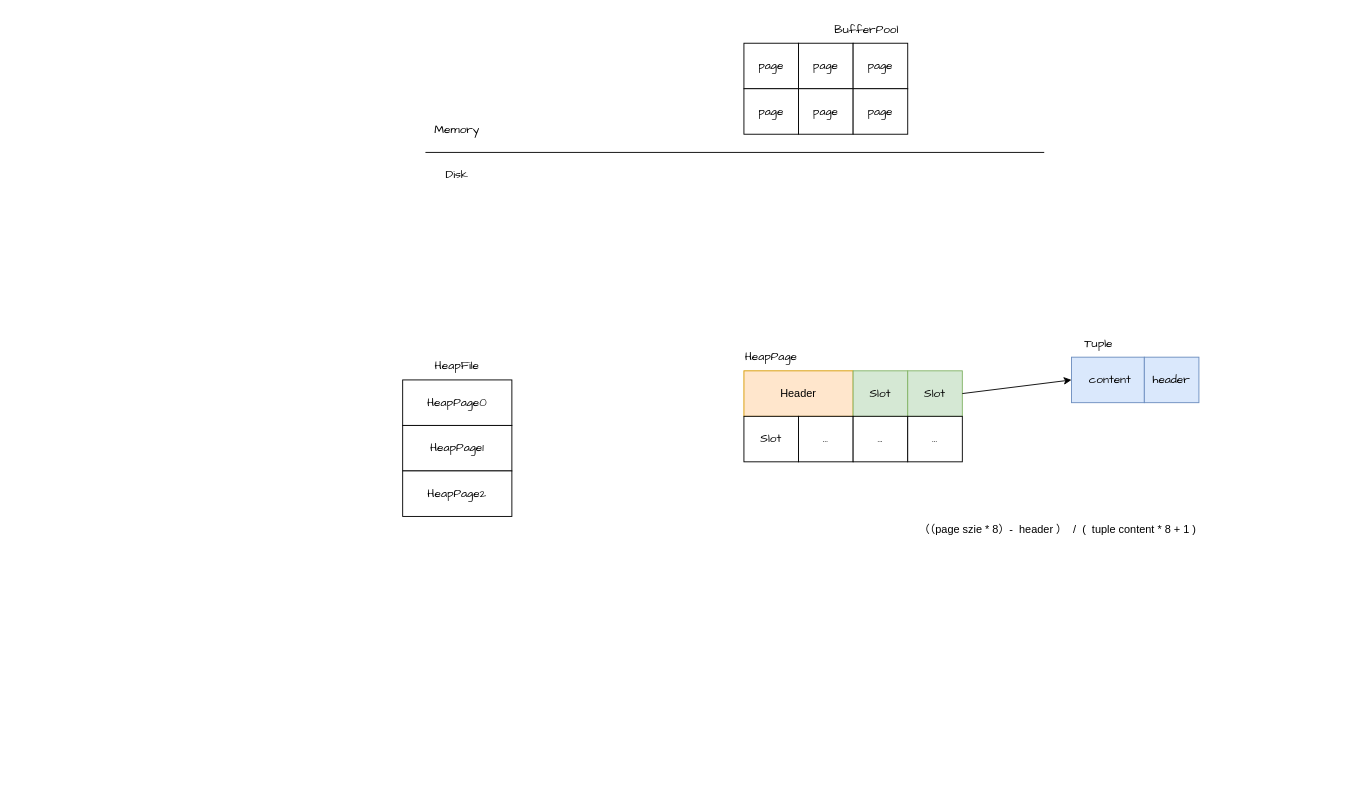
Earlier version of the draw.io diagram page "第 2 页" (2 of 3) of Drawio/SimpleDB.drawio (xinzhuxiansheng/blog-notes). Source tidied: cells renumbered, new cells numbered last; positions are measured from the earlier drawing's top-left corner, leaving out a move shared by most shapes. Both pictures are drawn from the tidied source at 91%, with x=0, y=0 at pixel (402, 15).
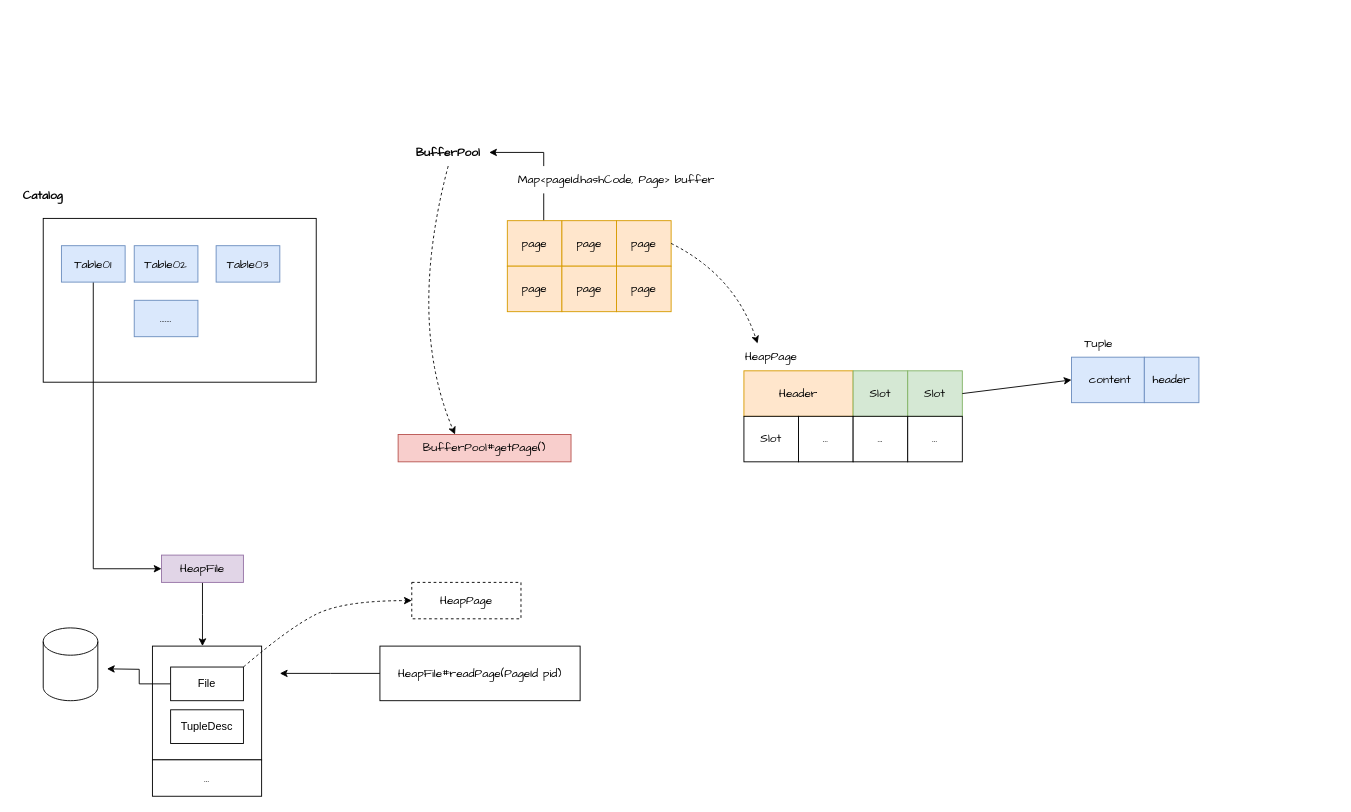
The same page after the edit.

The change refers to these unchanged cells:
```xml
<mxCell id="18" value="Slot" style="rounded=0;whiteSpace=wrap;html=1;fontFamily=Comic Sans MS;fontSize=13;fillColor=#d5e8d4;strokeColor=#82b366;" parent="1" vertex="1">
  <mxGeometry x="555" y="390" width="60" height="50" as="geometry" />
</mxCell>
<mxCell id="23" value="HeapPage" style="text;html=1;strokeColor=none;fillColor=none;align=center;verticalAlign=middle;whiteSpace=wrap;rounded=0;fontFamily=Comic Sans MS;fontSize=13;" parent="1" vertex="1">
  <mxGeometry x="375" y="360" width="60" height="30" as="geometry" />
</mxCell>
<mxCell id="24" value="&amp;nbsp;content" style="rounded=0;whiteSpace=wrap;html=1;fontFamily=Comic Sans MS;fontSize=13;fillColor=#dae8fc;strokeColor=#6c8ebf;" parent="1" vertex="1">
  <mxGeometry x="735" y="375" width="80" height="50" as="geometry" />
</mxCell>
```

Diff of the diagram source:
```diff
@@
+    <mxCell id="12" style="rounded=0;whiteSpace=wrap;html=1;fontFamily=Comic Sans MS;fontSize=13;" parent="1" vertex="1">
+      <mxGeometry x="-275" y="692.5" width="120" height="125" as="geometry" />
+    </mxCell>
+    <mxCell id="29" style="edgeStyle=orthogonalEdgeStyle;rounded=0;jettySize=auto;html=1;entryX=1;entryY=0.5;entryDx=0;entryDy=0;fontFamily=Comic Sans MS;fontSize=13;" parent="1" edge="1" source="2" target="8">
+      <mxGeometry relative="1" as="geometry">
+        <Array as="points">
+          <mxPoint x="155" y="150" />
+        </Array>
+      </mxGeometry>
+    </mxCell>
-    <mxCell id="2" value="page" style="rounded=0;whiteSpace=wrap;html=1;fontFamily=Comic Sans MS;fontSize=13;" parent="1" vertex="1">
-      <mxGeometry x="375" y="30" width="60" height="50" as="geometry" />
+    <mxCell id="2" value="page" style="rounded=0;whiteSpace=wrap;html=1;fontFamily=Comic Sans MS;fontSize=13;fillColor=#ffe6cc;strokeColor=#d79b00;" parent="1" vertex="1">
+      <mxGeometry x="115" y="225" width="60" height="50" as="geometry" />
     </mxCell>
-    <mxCell id="3" value="page" style="rounded=0;whiteSpace=wrap;html=1;fontFamily=Comic Sans MS;fontSize=13;" parent="1" vertex="1">
-      <mxGeometry x="435" y="30" width="60" height="50" as="geometry" />
+    <mxCell id="3" value="page" style="rounded=0;whiteSpace=wrap;html=1;fontFamily=Comic Sans MS;fontSize=13;fillColor=#ffe6cc;strokeColor=#d79b00;" parent="1" vertex="1">
+      <mxGeometry x="175" y="225" width="60" height="50" as="geometry" />
     </mxCell>
-    <mxCell id="4" value="page" style="rounded=0;whiteSpace=wrap;html=1;fontFamily=Comic Sans MS;fontSize=13;" parent="1" vertex="1">
-      <mxGeometry x="495" y="30" width="60" height="50" as="geometry" />
+    <mxCell id="4" value="page" style="rounded=0;whiteSpace=wrap;html=1;fontFamily=Comic Sans MS;fontSize=13;fillColor=#ffe6cc;strokeColor=#d79b00;" parent="1" vertex="1">
+      <mxGeometry x="235" y="225" width="60" height="50" as="geometry" />
     </mxCell>
-    <mxCell id="5" value="page" style="rounded=0;whiteSpace=wrap;html=1;fontFamily=Comic Sans MS;fontSize=13;" parent="1" vertex="1">
-      <mxGeometry x="375" y="80" width="60" height="50" as="geometry" />
+    <mxCell id="5" value="page" style="rounded=0;whiteSpace=wrap;html=1;fontFamily=Comic Sans MS;fontSize=13;fillColor=#ffe6cc;strokeColor=#d79b00;" parent="1" vertex="1">
+      <mxGeometry x="115" y="275" width="60" height="50" as="geometry" />
     </mxCell>
-    <mxCell id="6" value="page" style="rounded=0;whiteSpace=wrap;html=1;fontFamily=Comic Sans MS;fontSize=13;" parent="1" vertex="1">
-      <mxGeometry x="435" y="80" width="60" height="50" as="geometry" />
+    <mxCell id="6" value="page" style="rounded=0;whiteSpace=wrap;html=1;fontFamily=Comic Sans MS;fontSize=13;fillColor=#ffe6cc;strokeColor=#d79b00;" parent="1" vertex="1">
+      <mxGeometry x="175" y="275" width="60" height="50" as="geometry" />
     </mxCell>
-    <mxCell id="7" value="page" style="rounded=0;whiteSpace=wrap;html=1;fontFamily=Comic Sans MS;fontSize=13;" parent="1" vertex="1">
-      <mxGeometry x="495" y="80" width="60" height="50" as="geometry" />
+    <mxCell id="7" value="page" style="rounded=0;whiteSpace=wrap;html=1;fontFamily=Comic Sans MS;fontSize=13;fillColor=#ffe6cc;strokeColor=#d79b00;" parent="1" vertex="1">
+      <mxGeometry x="235" y="275" width="60" height="50" as="geometry" />
     </mxCell>
-    <mxCell id="8" value="BufferPool" style="text;html=1;strokeColor=none;fillColor=none;align=center;verticalAlign=middle;whiteSpace=wrap;rounded=0;fontFamily=Comic Sans MS;fontSize=13;" parent="1" vertex="1">
-      <mxGeometry x="465" width="90" height="30" as="geometry" />
+    <mxCell id="8" value="BufferPool" style="text;html=1;strokeColor=none;fillColor=none;align=center;verticalAlign=middle;whiteSpace=wrap;rounded=0;fontFamily=Comic Sans MS;fontSize=13;fontStyle=1;" parent="1" vertex="1">
+      <mxGeometry x="5" y="135" width="90" height="30" as="geometry" />
     </mxCell>
-    <mxCell id="9" style="endArrow=none;html=1;rounded=0;fontFamily=Comic Sans MS;fontSize=13;" parent="1" edge="1">
-      <mxGeometry relative="1" as="geometry">
-        <mxPoint x="25" y="150" as="sourcePoint" />
-        <mxPoint x="705" y="150" as="targetPoint" />
-      </mxGeometry>
-    </mxCell>
-    <mxCell id="10" value="Memory" style="text;html=1;strokeColor=none;fillColor=none;align=center;verticalAlign=middle;whiteSpace=wrap;rounded=0;fontFamily=Comic Sans MS;fontSize=13;" parent="1" vertex="1">
-      <mxGeometry x="5" y="100" width="110" height="50" as="geometry" />
-    </mxCell>
-    <mxCell id="11" value="Disk" style="text;html=1;strokeColor=none;fillColor=none;align=center;verticalAlign=middle;whiteSpace=wrap;rounded=0;fontFamily=Comic Sans MS;fontSize=13;" parent="1" vertex="1">
-      <mxGeometry x="5" y="150" width="110" height="50" as="geometry" />
-    </mxCell>
-    <mxCell id="12" value="HeapPage0" style="rounded=0;whiteSpace=wrap;html=1;fontFamily=Comic Sans MS;fontSize=13;" parent="1" vertex="1">
-      <mxGeometry y="400" width="120" height="50" as="geometry" />
-    </mxCell>
-    <mxCell id="13" value="HeapPage1" style="rounded=0;whiteSpace=wrap;html=1;fontFamily=Comic Sans MS;fontSize=13;" parent="1" vertex="1">
-      <mxGeometry y="450" width="120" height="50" as="geometry" />
-    </mxCell>
-    <mxCell id="14" value="HeapPage2" style="rounded=0;whiteSpace=wrap;html=1;fontFamily=Comic Sans MS;fontSize=13;" parent="1" vertex="1">
-      <mxGeometry y="500" width="120" height="50" as="geometry" />
-    </mxCell>
+    <mxCell id="30" style="edgeStyle=orthogonalEdgeStyle;rounded=0;jettySize=auto;html=1;fontFamily=Comic Sans MS;fontSize=13;exitX=0;exitY=0.5;exitDx=0;exitDy=0;" parent="1" edge="1" source="49">
+      <mxGeometry relative="1" as="geometry">
+        <mxPoint x="-325" y="717.5" as="targetPoint" />
+      </mxGeometry>
+    </mxCell>
+    <mxCell id="31" style="edgeStyle=orthogonalEdgeStyle;rounded=0;jettySize=auto;html=1;" parent="1" edge="1" source="15">
+      <mxGeometry relative="1" as="geometry">
+        <mxPoint x="-220" y="692.5" as="targetPoint" />
+      </mxGeometry>
+    </mxCell>
-    <mxCell id="15" value="HeapFile" style="text;html=1;strokeColor=none;fillColor=none;align=center;verticalAlign=middle;whiteSpace=wrap;rounded=0;fontFamily=Comic Sans MS;fontSize=13;" parent="1" vertex="1">
-      <mxGeometry x="30" y="370" width="60" height="30" as="geometry" />
+    <mxCell id="15" value="HeapFile" style="text;html=1;strokeColor=#9673a6;fillColor=#e1d5e7;align=center;verticalAlign=middle;whiteSpace=wrap;rounded=0;fontFamily=Comic Sans MS;fontSize=13;" parent="1" vertex="1">
+      <mxGeometry x="-265" y="592.5" width="90" height="30" as="geometry" />
     </mxCell>
-    <mxCell id="16" value="Header" style="rounded=0;whiteSpace=wrap;html=1;fillColor=#ffe6cc;strokeColor=#d79b00;" parent="1" vertex="1">
+    <mxCell id="16" value="Header" style="rounded=0;whiteSpace=wrap;html=1;fillColor=#ffe6cc;strokeColor=#d79b00;fontFamily=Comic Sans MS;fontSize=13;" parent="1" vertex="1">
       <mxGeometry x="375" y="390" width="120" height="50" as="geometry" />
     </mxCell>
@@
-    <mxCell id="27" style="endArrow=classic;html=1;rounded=0;entryX=0;entryY=0.5;entryDx=0;entryDy=0;exitX=1;exitY=0.5;exitDx=0;exitDy=0;" parent="1" edge="1" source="18" target="24">
+    <mxCell id="27" style="endArrow=classic;html=1;rounded=0;entryX=0;entryY=0.5;entryDx=0;entryDy=0;exitX=1;exitY=0.5;exitDx=0;exitDy=0;fontFamily=Comic Sans MS;fontSize=13;" parent="1" edge="1" source="18" target="24">
       <mxGeometry relative="1" as="geometry" />
     </mxCell>
-    <mxCell id="28" value="（（page szie * 8）-&amp;nbsp; header&amp;nbsp;）&amp;nbsp; /&amp;nbsp; (&amp;nbsp; tuple content * 8 + 1 )" style="text;html=1;strokeColor=none;fillColor=none;align=center;verticalAlign=middle;whiteSpace=wrap;rounded=0;" parent="1" vertex="1">
-      <mxGeometry x="415" y="550" width="610" height="30" as="geometry" />
-    </mxCell>
+    <mxCell id="32" value="..." style="rounded=0;whiteSpace=wrap;html=1;fontFamily=Comic Sans MS;fontSize=13;" parent="1" vertex="1">
+      <mxGeometry x="-275" y="817.5" width="120" height="40" as="geometry" />
+    </mxCell>
+    <mxCell id="33" value="Map&amp;lt;pageId.hashCode, Page&amp;gt; buffer" style="text;html=1;strokeColor=none;fillColor=default;align=center;verticalAlign=middle;whiteSpace=wrap;rounded=0;fontFamily=Comic Sans MS;fontSize=13;" parent="1" vertex="1">
+      <mxGeometry x="105" y="165" width="260" height="30" as="geometry" />
+    </mxCell>
+    <mxCell id="34" value="BufferPool#getPage()" style="text;html=1;strokeColor=#b85450;fillColor=#f8cecc;align=center;verticalAlign=middle;whiteSpace=wrap;rounded=0;fontFamily=Comic Sans MS;fontSize=13;" parent="1" vertex="1">
+      <mxGeometry x="-5" y="460" width="190" height="30" as="geometry" />
+    </mxCell>
+    <mxCell id="35" style="curved=1;endArrow=classic;html=1;rounded=0;exitX=0.5;exitY=1;exitDx=0;exitDy=0;entryX=0.329;entryY=0;entryDx=0;entryDy=0;entryPerimeter=0;dashed=1;fontFamily=Comic Sans MS;fontSize=13;" parent="1" edge="1" source="8" target="34">
+      <mxGeometry relative="1" as="geometry">
+        <Array as="points">
+          <mxPoint x="5" y="335" />
+        </Array>
+      </mxGeometry>
+    </mxCell>
+    <mxCell id="36" style="curved=1;endArrow=classic;html=1;rounded=0;exitX=1;exitY=0.5;exitDx=0;exitDy=0;entryX=0.25;entryY=0;entryDx=0;entryDy=0;dashed=1;fontFamily=Comic Sans MS;fontSize=13;" parent="1" edge="1" source="4" target="23">
+      <mxGeometry relative="1" as="geometry">
+        <Array as="points">
+          <mxPoint x="365" y="285" />
+        </Array>
+      </mxGeometry>
+    </mxCell>
+    <mxCell id="37" style="shape=cylinder3;whiteSpace=wrap;html=1;boundedLbl=1;backgroundOutline=1;size=15;fontFamily=Comic Sans MS;fontSize=13;" parent="1" vertex="1">
+      <mxGeometry x="-395" y="672.5" width="60" height="80" as="geometry" />
+    </mxCell>
+    <mxCell id="38" style="edgeStyle=orthogonalEdgeStyle;rounded=0;jettySize=auto;html=1;fontFamily=Comic Sans MS;fontSize=13;" parent="1" edge="1" source="39">
+      <mxGeometry relative="1" as="geometry">
+        <mxPoint x="-135" y="722.5" as="targetPoint" />
+      </mxGeometry>
+    </mxCell>
+    <mxCell id="39" value="HeapFile#readPage(PageId pid)" style="rounded=0;whiteSpace=wrap;html=1;fontFamily=Comic Sans MS;fontSize=13;" parent="1" vertex="1">
+      <mxGeometry x="-25" y="692.5" width="220" height="60" as="geometry" />
+    </mxCell>
+    <mxCell id="40" value="HeapPage" style="rounded=0;whiteSpace=wrap;html=1;dashed=1;fontFamily=Comic Sans MS;fontSize=13;" parent="1" vertex="1">
+      <mxGeometry x="10" y="622.5" width="120" height="40" as="geometry" />
+    </mxCell>
+    <mxCell id="41" style="curved=1;endArrow=classic;html=1;rounded=0;exitX=1;exitY=0;exitDx=0;exitDy=0;entryX=0;entryY=0.5;entryDx=0;entryDy=0;dashed=1;fontFamily=Comic Sans MS;fontSize=13;" parent="1" edge="1" source="49" target="40">
+      <mxGeometry relative="1" as="geometry">
+        <Array as="points">
+          <mxPoint x="-125" y="672.5" />
+          <mxPoint x="-65" y="642.5" />
+        </Array>
+      </mxGeometry>
+    </mxCell>
+    <mxCell id="42" style="rounded=0;whiteSpace=wrap;html=1;fillColor=none;fontFamily=Comic Sans MS;fontSize=13;" parent="1" vertex="1">
+      <mxGeometry x="-395" y="222.5" width="300" height="180" as="geometry" />
+    </mxCell>
+    <mxCell id="43" value="Catalog" style="text;html=1;strokeColor=none;fillColor=none;align=center;verticalAlign=middle;whiteSpace=wrap;rounded=0;fontFamily=Comic Sans MS;fontSize=13;fontStyle=1;" parent="1" vertex="1">
+      <mxGeometry x="-425" y="182.5" width="60" height="30" as="geometry" />
+    </mxCell>
+    <mxCell id="44" style="edgeStyle=orthogonalEdgeStyle;rounded=0;jettySize=auto;html=1;fontFamily=Comic Sans MS;fontSize=13;" parent="1" edge="1" source="45" target="15">
+      <mxGeometry relative="1" as="geometry">
+        <Array as="points">
+          <mxPoint x="-340" y="607.5" />
+        </Array>
+      </mxGeometry>
+    </mxCell>
+    <mxCell id="45" value="Table01" style="rounded=0;whiteSpace=wrap;html=1;fillColor=#dae8fc;strokeColor=#6c8ebf;fontFamily=Comic Sans MS;fontSize=13;" parent="1" vertex="1">
+      <mxGeometry x="-375" y="252.5" width="70" height="40" as="geometry" />
+    </mxCell>
+    <mxCell id="46" value="Table02" style="rounded=0;whiteSpace=wrap;html=1;fillColor=#dae8fc;strokeColor=#6c8ebf;fontFamily=Comic Sans MS;fontSize=13;" parent="1" vertex="1">
+      <mxGeometry x="-295" y="252.5" width="70" height="40" as="geometry" />
+    </mxCell>
+    <mxCell id="47" value="Table03" style="rounded=0;whiteSpace=wrap;html=1;fillColor=#dae8fc;strokeColor=#6c8ebf;fontFamily=Comic Sans MS;fontSize=13;" parent="1" vertex="1">
+      <mxGeometry x="-205" y="252.5" width="70" height="40" as="geometry" />
+    </mxCell>
+    <mxCell id="48" value="......." style="rounded=0;whiteSpace=wrap;html=1;fillColor=#dae8fc;strokeColor=#6c8ebf;fontFamily=Comic Sans MS;fontSize=13;" parent="1" vertex="1">
+      <mxGeometry x="-295" y="312.5" width="70" height="40" as="geometry" />
+    </mxCell>
+    <mxCell id="49" value="File" style="rounded=0;whiteSpace=wrap;html=1;" parent="1" vertex="1">
+      <mxGeometry x="-255" y="715.5" width="80" height="37" as="geometry" />
+    </mxCell>
+    <mxCell id="50" value="TupleDesc" style="rounded=0;whiteSpace=wrap;html=1;" parent="1" vertex="1">
+      <mxGeometry x="-255" y="762.5" width="80" height="37" as="geometry" />
+    </mxCell>
```
